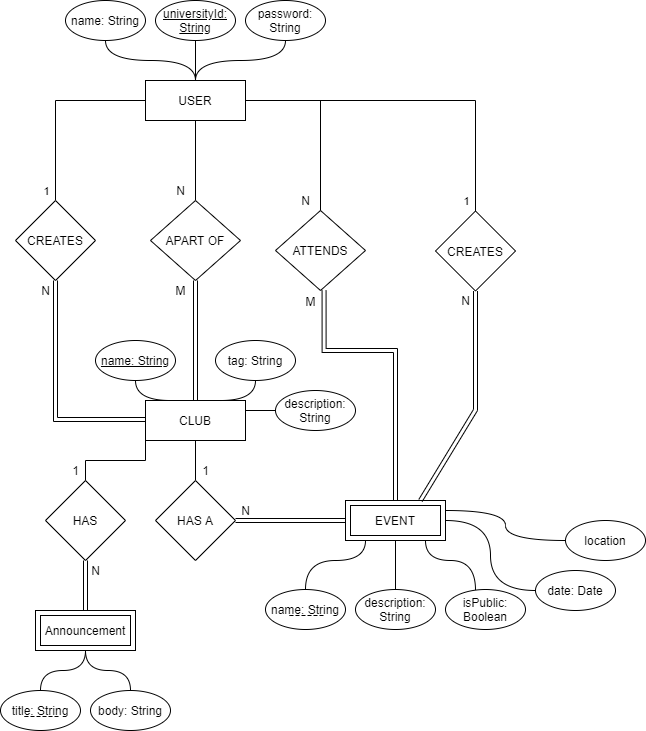
Before: images/er_diagram.png, a diagram exported from draw.io (ChrisAxt/Group-17-web). Source tidied: cells renumbered, new cells last; positions are measured from the earlier drawing's top-left corner, leaving out a move shared by most shapes.
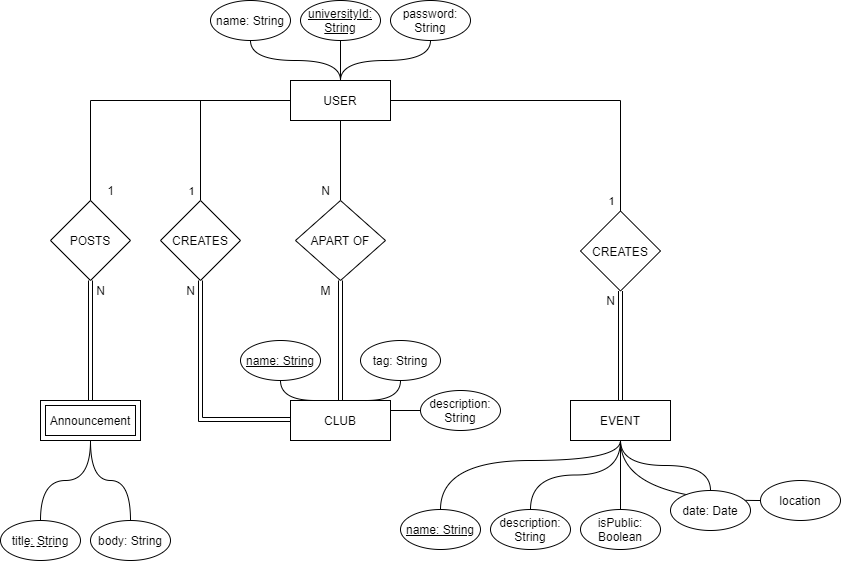
Above is the later version.

What changed in the source:
```diff
@@ -16,18 +16,9 @@
     <mxCell id="5" value="USER" style="rounded=0;whiteSpace=wrap;html=1;" parent="1" vertex="1">
       <mxGeometry x="145" y="80" width="100" height="40" as="geometry" />
     </mxCell>
-    <mxCell id="6" style="edgeStyle=orthogonalEdgeStyle;rounded=0;jettySize=auto;html=1;endArrow=none;endFill=0;" parent="1" edge="1" source="7" target="9">
-      <mxGeometry relative="1" as="geometry" />
-    </mxCell>
     <mxCell id="7" value="CLUB" style="rounded=0;whiteSpace=wrap;html=1;" parent="1" vertex="1">
       <mxGeometry x="145" y="400" width="100" height="40" as="geometry" />
     </mxCell>
-    <mxCell id="8" style="edgeStyle=orthogonalEdgeStyle;rounded=0;jettySize=auto;html=1;endArrow=none;endFill=0;shape=link;" parent="1" edge="1" source="9" target="38">
-      <mxGeometry relative="1" as="geometry" />
-    </mxCell>
-    <mxCell id="9" value="HAS A" style="rhombus;whiteSpace=wrap;html=1;rounded=0;" parent="1" vertex="1">
-      <mxGeometry x="155" y="480" width="80" height="80" as="geometry" />
-    </mxCell>
     <mxCell id="10" style="edgeStyle=orthogonalEdgeStyle;rounded=0;jettySize=auto;html=1;entryX=0.5;entryY=0;entryDx=0;entryDy=0;shape=link;" parent="1" edge="1" source="11" target="7">
       <mxGeometry relative="1" as="geometry" />
     </mxCell>
@@ -54,12 +45,6 @@
         </Array>
       </mxGeometry>
     </mxCell>
-    <mxCell id="17" value="1" style="text;html=1;align=center;verticalAlign=middle;strokeColor=none;fillColor=none;" parent="1" vertex="1">
-      <mxGeometry x="195" y="460" width="20" height="20" as="geometry" />
-    </mxCell>
-    <mxCell id="18" value="N" style="text;html=1;align=center;verticalAlign=middle;strokeColor=none;fillColor=none;" parent="1" vertex="1">
-      <mxGeometry x="235" y="500" width="20" height="20" as="geometry" />
-    </mxCell>
     <mxCell id="19" style="edgeStyle=orthogonalEdgeStyle;rounded=0;jettySize=auto;html=1;entryX=0.75;entryY=0;entryDx=0;entryDy=0;endArrow=none;endFill=0;curved=1;exitX=0.5;exitY=1;exitDx=0;exitDy=0;" parent="1" edge="1" source="20" target="7">
       <mxGeometry relative="1" as="geometry" />
     </mxCell>
@@ -69,8 +54,8 @@
     <mxCell id="21" style="edgeStyle=orthogonalEdgeStyle;curved=1;rounded=0;jettySize=auto;html=1;endArrow=none;endFill=0;" parent="1" edge="1" source="47" target="38">
       <mxGeometry relative="1" as="geometry">
         <Array as="points">
-          <mxPoint x="305" y="560" />
-          <mxPoint x="365" y="560" />
+          <mxPoint x="295" y="460" />
+          <mxPoint x="475" y="460" />
         </Array>
       </mxGeometry>
     </mxCell>
@@ -86,13 +71,11 @@
     <mxCell id="25" value="name: String" style="ellipse;whiteSpace=wrap;html=1;" parent="1" vertex="1">
       <mxGeometry x="65" width="80" height="40" as="geometry" />
     </mxCell>
-    <mxCell id="26" style="edgeStyle=orthogonalEdgeStyle;curved=1;rounded=0;jettySize=auto;html=1;entryX=0.5;entryY=1;entryDx=0;entryDy=0;endArrow=none;endFill=0;" parent="1" edge="1" source="27">
-      <mxGeometry relative="1" as="geometry">
-        <mxPoint x="395" y="540" as="targetPoint" />
-      </mxGeometry>
+    <mxCell id="26" style="edgeStyle=orthogonalEdgeStyle;curved=1;rounded=0;jettySize=auto;html=1;endArrow=none;endFill=0;" parent="1" edge="1" source="27" target="38">
+      <mxGeometry relative="1" as="geometry" />
     </mxCell>
     <mxCell id="27" value="description: String" style="ellipse;whiteSpace=wrap;html=1;" parent="1" vertex="1">
-      <mxGeometry x="355" y="589" width="80" height="40" as="geometry" />
+      <mxGeometry x="345" y="509" width="80" height="40" as="geometry" />
     </mxCell>
     <mxCell id="28" style="edgeStyle=orthogonalEdgeStyle;curved=1;rounded=0;jettySize=auto;html=1;endArrow=none;endFill=0;" parent="1" edge="1" source="29" target="5">
       <mxGeometry relative="1" as="geometry" />
@@ -101,15 +84,10 @@
       <mxGeometry x="155" width="80" height="40" as="geometry" />
     </mxCell>
     <mxCell id="30" style="edgeStyle=orthogonalEdgeStyle;curved=1;rounded=0;jettySize=auto;html=1;endArrow=none;endFill=0;" parent="1" edge="1" source="31" target="38">
-      <mxGeometry relative="1" as="geometry">
-        <Array as="points">
-          <mxPoint x="475" y="560" />
-          <mxPoint x="425" y="560" />
-        </Array>
-      </mxGeometry>
+      <mxGeometry relative="1" as="geometry" />
     </mxCell>
     <mxCell id="31" value="isPublic: Boolean" style="ellipse;whiteSpace=wrap;html=1;" parent="1" vertex="1">
-      <mxGeometry x="445" y="589" width="80" height="40" as="geometry" />
+      <mxGeometry x="435" y="509" width="80" height="40" as="geometry" />
     </mxCell>
     <mxCell id="32" style="edgeStyle=orthogonalEdgeStyle;curved=1;rounded=0;jettySize=auto;html=1;entryX=0.5;entryY=0;entryDx=0;entryDy=0;endArrow=none;endFill=0;" parent="1" edge="1" source="33" target="5">
       <mxGeometry relative="1" as="geometry" />
@@ -117,11 +95,11 @@
     <mxCell id="33" value="password: String" style="ellipse;whiteSpace=wrap;html=1;" parent="1" vertex="1">
       <mxGeometry x="245" width="80" height="40" as="geometry" />
     </mxCell>
-    <mxCell id="34" style="edgeStyle=orthogonalEdgeStyle;curved=1;rounded=0;jettySize=auto;html=1;exitX=0;exitY=0.5;exitDx=0;exitDy=0;endArrow=none;endFill=0;entryX=1;entryY=0.25;entryDx=0;entryDy=0;" parent="1" edge="1" source="35" target="38">
+    <mxCell id="34" style="edgeStyle=orthogonalEdgeStyle;curved=1;rounded=0;jettySize=auto;html=1;exitX=0;exitY=0.5;exitDx=0;exitDy=0;endArrow=none;endFill=0;" parent="1" edge="1" source="35" target="38">
       <mxGeometry relative="1" as="geometry" />
     </mxCell>
     <mxCell id="35" value="location" style="ellipse;whiteSpace=wrap;html=1;" parent="1" vertex="1">
-      <mxGeometry x="565" y="520" width="80" height="40" as="geometry" />
+      <mxGeometry x="615" y="480" width="80" height="40" as="geometry" />
     </mxCell>
     <mxCell id="36" style="edgeStyle=orthogonalEdgeStyle;curved=1;rounded=0;jettySize=auto;html=1;endArrow=none;endFill=0;entryX=1;entryY=0.25;entryDx=0;entryDy=0;" parent="1" edge="1" source="37" target="7">
       <mxGeometry relative="1" as="geometry" />
@@ -129,59 +107,26 @@
     <mxCell id="37" value="description: String" style="ellipse;whiteSpace=wrap;html=1;" parent="1" vertex="1">
       <mxGeometry x="275" y="390" width="80" height="40" as="geometry" />
     </mxCell>
-    <mxCell id="38" value="EVENT" style="shape=ext;margin=3;double=1;whiteSpace=wrap;html=1;align=center;" parent="1" vertex="1">
-      <mxGeometry x="345" y="500" width="100" height="40" as="geometry" />
-    </mxCell>
-    <mxCell id="39" style="edgeStyle=orthogonalEdgeStyle;curved=1;rounded=0;jettySize=auto;html=1;endArrow=none;endFill=0;entryX=1;entryY=0.5;entryDx=0;entryDy=0;" parent="1" edge="1" source="40" target="38">
+    <mxCell id="39" style="edgeStyle=orthogonalEdgeStyle;curved=1;rounded=0;jettySize=auto;html=1;endArrow=none;endFill=0;" parent="1" edge="1" source="40" target="38">
       <mxGeometry relative="1" as="geometry" />
     </mxCell>
     <mxCell id="40" value="date: Date" style="ellipse;whiteSpace=wrap;html=1;" parent="1" vertex="1">
-      <mxGeometry x="535" y="570" width="80" height="40" as="geometry" />
+      <mxGeometry x="525" y="490" width="80" height="40" as="geometry" />
     </mxCell>
-    <mxCell id="41" value="ATTENDS" style="rhombus;whiteSpace=wrap;html=1;rounded=0;" parent="1" vertex="1">
-      <mxGeometry x="275" y="210" width="90" height="80" as="geometry" />
-    </mxCell>
-    <mxCell id="42" value="N" style="text;html=1;align=center;verticalAlign=middle;strokeColor=none;fillColor=none;" parent="1" vertex="1">
-      <mxGeometry x="295" y="190" width="20" height="20" as="geometry" />
-    </mxCell>
-    <mxCell id="43" style="edgeStyle=orthogonalEdgeStyle;rounded=0;jettySize=auto;html=1;endArrow=none;endFill=0;" parent="1" edge="1" source="5" target="41">
-      <mxGeometry relative="1" as="geometry" />
-    </mxCell>
-    <mxCell id="44" style="edgeStyle=orthogonalEdgeStyle;rounded=0;jettySize=auto;html=1;shape=link;entryX=0.5;entryY=0;entryDx=0;entryDy=0;" parent="1" edge="1" target="38">
-      <mxGeometry relative="1" as="geometry">
-        <mxPoint x="323.6" y="290" as="sourcePoint" />
-        <Array as="points">
-          <mxPoint x="324" y="350" />
-          <mxPoint x="395" y="350" />
-        </Array>
-      </mxGeometry>
-    </mxCell>
-    <mxCell id="45" value="M" style="text;html=1;align=center;verticalAlign=middle;strokeColor=none;fillColor=none;" parent="1" vertex="1">
-      <mxGeometry x="295" y="290.5" width="30" height="20" as="geometry" />
-    </mxCell>
     <mxCell id="46" style="group;" parent="1" vertex="1">
-      <mxGeometry x="265" y="589" width="80" height="40" as="geometry" />
+      <mxGeometry x="255" y="509" width="80" height="40" as="geometry" />
     </mxCell>
-    <mxCell id="47" value="name: String" style="ellipse;whiteSpace=wrap;html=1;" parent="46" vertex="1">
+    <mxCell id="47" value="&lt;u&gt;name: String&lt;/u&gt;" style="ellipse;whiteSpace=wrap;html=1;" parent="46" vertex="1">
       <mxGeometry width="80" height="40" as="geometry" />
     </mxCell>
-    <mxCell id="48" style="endArrow=none;dashed=1;html=1;" parent="46" edge="1">
-      <mxGeometry relative="1" as="geometry">
-        <mxPoint x="58" y="26" as="sourcePoint" />
-        <mxPoint x="58" y="26" as="targetPoint" />
-        <Array as="points">
-          <mxPoint x="18" y="26" />
-        </Array>
-      </mxGeometry>
-    </mxCell>
     <mxCell id="49" value="Announcement" style="shape=ext;margin=3;double=1;whiteSpace=wrap;html=1;align=center;" parent="1" vertex="1">
-      <mxGeometry x="35" y="610" width="100" height="40" as="geometry" />
+      <mxGeometry x="-105" y="400" width="100" height="40" as="geometry" />
     </mxCell>
     <mxCell id="50" style="edgeStyle=orthogonalEdgeStyle;curved=1;rounded=0;jettySize=auto;html=1;endArrow=none;endFill=0;" parent="1" edge="1" source="52" target="49">
       <mxGeometry relative="1" as="geometry" />
     </mxCell>
     <mxCell id="51" style="group;" parent="1" vertex="1">
-      <mxGeometry y="690" width="80" height="40" as="geometry" />
+      <mxGeometry x="-145" y="520" width="80" height="40" as="geometry" />
     </mxCell>
     <mxCell id="52" value="title: String" style="ellipse;whiteSpace=wrap;html=1;" parent="51" vertex="1">
       <mxGeometry width="80" height="40" as="geometry" />
@@ -199,22 +144,26 @@
       <mxGeometry relative="1" as="geometry" />
     </mxCell>
     <mxCell id="55" value="body: String" style="ellipse;whiteSpace=wrap;html=1;" parent="1" vertex="1">
-      <mxGeometry x="90" y="690" width="80" height="40" as="geometry" />
+      <mxGeometry x="-55" y="520" width="80" height="40" as="geometry" />
     </mxCell>
-    <mxCell id="56" style="edgeStyle=orthogonalEdgeStyle;rounded=0;jettySize=auto;html=1;endArrow=none;endFill=0;shape=link;" parent="1" edge="1" source="57" target="49">
+    <mxCell id="56" style="edgeStyle=orthogonalEdgeStyle;rounded=0;jettySize=auto;html=1;endArrow=none;endFill=0;shape=link;exitX=0.5;exitY=1;exitDx=0;exitDy=0;" parent="1" edge="1" source="57" target="49">
       <mxGeometry relative="1" as="geometry" />
     </mxCell>
-    <mxCell id="57" value="HAS" style="rhombus;whiteSpace=wrap;html=1;rounded=0;" parent="1" vertex="1">
-      <mxGeometry x="45" y="480" width="80" height="80" as="geometry" />
+    <mxCell id="57" value="POSTS" style="rhombus;whiteSpace=wrap;html=1;rounded=0;" parent="1" vertex="1">
+      <mxGeometry x="-95" y="200" width="80" height="80" as="geometry" />
     </mxCell>
-    <mxCell id="58" style="edgeStyle=orthogonalEdgeStyle;rounded=0;jettySize=auto;html=1;endArrow=none;endFill=0;exitX=0;exitY=1;exitDx=0;exitDy=0;" parent="1" edge="1" source="7" target="57">
-      <mxGeometry relative="1" as="geometry" />
+    <mxCell id="58" style="edgeStyle=orthogonalEdgeStyle;rounded=0;jettySize=auto;html=1;endArrow=none;endFill=0;exitX=0;exitY=0.5;exitDx=0;exitDy=0;entryX=0.5;entryY=0;entryDx=0;entryDy=0;" parent="1" edge="1" source="5" target="57">
+      <mxGeometry relative="1" as="geometry">
+        <Array as="points">
+          <mxPoint x="-55" y="100" />
+        </Array>
+      </mxGeometry>
     </mxCell>
     <mxCell id="59" value="1" style="text;html=1;align=center;verticalAlign=middle;strokeColor=none;fillColor=none;" parent="1" vertex="1">
-      <mxGeometry x="65" y="460" width="20" height="20" as="geometry" />
+      <mxGeometry x="-45" y="180" width="20" height="20" as="geometry" />
     </mxCell>
     <mxCell id="60" value="N" style="text;html=1;align=center;verticalAlign=middle;strokeColor=none;fillColor=none;" parent="1" vertex="1">
-      <mxGeometry x="85" y="560" width="20" height="20" as="geometry" />
+      <mxGeometry x="-55" y="280" width="20" height="20" as="geometry" />
     </mxCell>
     <mxCell id="61" style="edgeStyle=orthogonalEdgeStyle;rounded=0;jettySize=auto;html=1;endArrow=none;endFill=0;exitX=1;exitY=0.5;exitDx=0;exitDy=0;" parent="1" edge="1" source="5" target="63">
       <mxGeometry relative="1" as="geometry" />
@@ -230,12 +179,11 @@
     <mxCell id="64" value="N" style="text;html=1;align=center;verticalAlign=middle;strokeColor=none;fillColor=none;" parent="1" vertex="1">
       <mxGeometry x="455" y="290" width="20" height="20" as="geometry" />
     </mxCell>
-    <mxCell id="65" style="shape=link;html=1;rounded=0;exitX=0.5;exitY=1;exitDx=0;exitDy=0;entryX=0.75;entryY=0;entryDx=0;entryDy=0;" parent="1" edge="1" source="63" target="38">
-      <mxGeometry relative="1" as="geometry">
-        <Array as="points">
-          <mxPoint x="475" y="409.5" />
-        </Array>
-      </mxGeometry>
+    <mxCell id="65" style="shape=link;html=1;rounded=0;exitX=0.5;exitY=1;exitDx=0;exitDy=0;" parent="1" edge="1" source="63" target="38">
+      <mxGeometry relative="1" as="geometry" />
     </mxCell>
+    <mxCell id="38" value="EVENT" style="rounded=0;whiteSpace=wrap;html=1;" parent="1" vertex="1">
+      <mxGeometry x="425" y="400" width="100" height="40" as="geometry" />
+    </mxCell>
   </root>
 </mxGraphModel>
```
